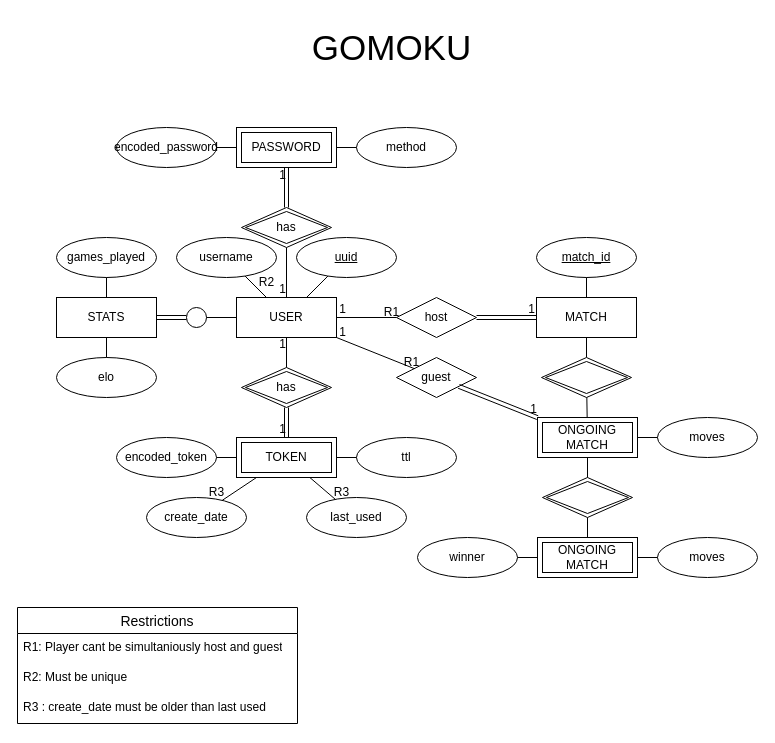
Earlier version of the draw.io diagram docs/EA_MODEL/EA_Model.drawio (ISEL-STRESSES/Gomoku-Web). Source tidied: cells renumbered, new cells numbered last; positions are measured from the earlier drawing's top-left corner, leaving out a move shared by most shapes. Both pictures are drawn from the tidied source at 100%, with x=0, y=0 at pixel (17, 17).
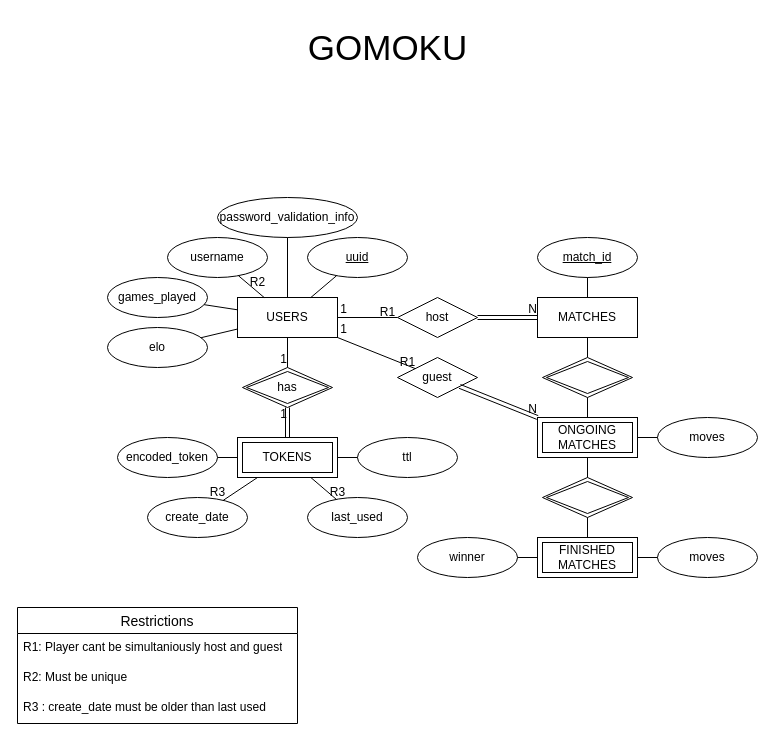
After the change.

Commit message (it also covers changes not shown here):
sql model

Change to the diagram source:
```diff
@@
     <mxCell id="6" value="GOMOKU" style="text;html=1;align=center;verticalAlign=middle;strokeColor=none;fillColor=none;fontSize=35;" parent="1" vertex="1">
-      <mxGeometry x="284" width="180" height="60" as="geometry" />
+      <mxGeometry x="280" width="180" height="60" as="geometry" />
     </mxCell>
-    <mxCell id="7" style="group;" parent="1" vertex="1">
-      <mxGeometry x="39" y="110" width="701" height="450" as="geometry" />
-    </mxCell>
-    <mxCell id="8" value="USER" style="whiteSpace=wrap;html=1;align=center;" parent="7" vertex="1">
-      <mxGeometry x="180" y="170" width="100" height="40" as="geometry" />
+    <mxCell id="8" value="USERS" style="whiteSpace=wrap;html=1;align=center;" parent="1" vertex="1">
+      <mxGeometry x="220" y="280" width="100" height="40" as="geometry" />
     </mxCell>
-    <mxCell id="9" value="username" style="ellipse;whiteSpace=wrap;html=1;align=center;" parent="7" vertex="1">
-      <mxGeometry x="120" y="110" width="100" height="40" as="geometry" />
+    <mxCell id="9" value="username" style="ellipse;whiteSpace=wrap;html=1;align=center;" parent="1" vertex="1">
+      <mxGeometry x="150" y="220" width="100" height="40" as="geometry" />
     </mxCell>
-    <mxCell id="10" value="uuid" style="ellipse;whiteSpace=wrap;html=1;align=center;fontStyle=4;" parent="7" vertex="1">
-      <mxGeometry x="240" y="110" width="100" height="40" as="geometry" />
+    <mxCell id="10" value="uuid" style="ellipse;whiteSpace=wrap;html=1;align=center;fontStyle=4;" parent="1" vertex="1">
+      <mxGeometry x="290" y="220" width="100" height="40" as="geometry" />
     </mxCell>
-    <mxCell id="11" value="MATCH" style="whiteSpace=wrap;html=1;align=center;" parent="7" vertex="1">
-      <mxGeometry x="480" y="170" width="100" height="40" as="geometry" />
+    <mxCell id="11" value="MATCHES" style="whiteSpace=wrap;html=1;align=center;" parent="1" vertex="1">
+      <mxGeometry x="520" y="280" width="100" height="40" as="geometry" />
     </mxCell>
-    <mxCell id="12" value="moves" style="ellipse;whiteSpace=wrap;html=1;align=center;" parent="7" vertex="1">
-      <mxGeometry x="601" y="290" width="100" height="40" as="geometry" />
+    <mxCell id="12" value="moves" style="ellipse;whiteSpace=wrap;html=1;align=center;" parent="1" vertex="1">
+      <mxGeometry x="640" y="400" width="100" height="40" as="geometry" />
     </mxCell>
-    <mxCell id="13" value="match_id" style="ellipse;whiteSpace=wrap;html=1;align=center;fontStyle=4;" parent="7" vertex="1">
-      <mxGeometry x="480" y="110" width="100" height="40" as="geometry" />
+    <mxCell id="13" value="match_id" style="ellipse;whiteSpace=wrap;html=1;align=center;fontStyle=4;" parent="1" vertex="1">
+      <mxGeometry x="520" y="220" width="100" height="40" as="geometry" />
     </mxCell>
-    <mxCell id="14" style="endArrow=none;html=1;rounded=0;" parent="7" edge="1" source="13" target="11">
+    <mxCell id="14" style="endArrow=none;html=1;rounded=0;" parent="1" edge="1" source="13" target="11">
       <mxGeometry relative="1" as="geometry" />
     </mxCell>
-    <mxCell id="15" style="endArrow=none;html=1;rounded=0;" parent="7" edge="1" source="74" target="12">
+    <mxCell id="15" style="endArrow=none;html=1;rounded=0;" parent="1" edge="1" source="74" target="12">
       <mxGeometry relative="1" as="geometry" />
     </mxCell>
-    <mxCell id="16" style="endArrow=none;html=1;rounded=0;" parent="7" edge="1" source="10" target="8">
+    <mxCell id="16" style="endArrow=none;html=1;rounded=0;" parent="1" edge="1" source="10" target="8">
       <mxGeometry relative="1" as="geometry" />
     </mxCell>
-    <mxCell id="17" style="endArrow=none;html=1;rounded=0;" parent="7" edge="1" source="9" target="8">
+    <mxCell id="17" style="endArrow=none;html=1;rounded=0;" parent="1" edge="1" source="9" target="8">
       <mxGeometry relative="1" as="geometry" />
     </mxCell>
-    <mxCell id="18" value="elo" style="ellipse;whiteSpace=wrap;html=1;align=center;" parent="7" vertex="1">
-      <mxGeometry y="230" width="100" height="40" as="geometry" />
+    <mxCell id="18" value="elo" style="ellipse;whiteSpace=wrap;html=1;align=center;" parent="1" vertex="1">
+      <mxGeometry x="90" y="310" width="100" height="40" as="geometry" />
     </mxCell>
-    <mxCell id="19" style="endArrow=none;html=1;rounded=0;" parent="7" edge="1" source="18" target="29">
-      <mxGeometry relative="1" as="geometry" />
-    </mxCell>
-    <mxCell id="20" value="encoded_password" style="ellipse;whiteSpace=wrap;html=1;align=center;" parent="7" vertex="1">
-      <mxGeometry x="60" width="100" height="40" as="geometry" />
+    <mxCell id="20" value="password_validation_info" style="ellipse;whiteSpace=wrap;html=1;align=center;" parent="1" vertex="1">
+      <mxGeometry x="200" y="180" width="140" height="40" as="geometry" />
     </mxCell>
-    <mxCell id="21" value="encoded_token" style="ellipse;whiteSpace=wrap;html=1;align=center;" parent="7" vertex="1">
-      <mxGeometry x="60" y="310" width="100" height="40" as="geometry" />
+    <mxCell id="21" value="encoded_token" style="ellipse;whiteSpace=wrap;html=1;align=center;" parent="1" vertex="1">
+      <mxGeometry x="100" y="420" width="100" height="40" as="geometry" />
     </mxCell>
-    <mxCell id="22" style="endArrow=none;html=1;rounded=0;" parent="7" edge="1" source="47" target="21">
+    <mxCell id="22" style="endArrow=none;html=1;rounded=0;" parent="1" edge="1" source="47" target="21">
       <mxGeometry relative="1" as="geometry" />
     </mxCell>
-    <mxCell id="23" value="host" style="shape=rhombus;perimeter=rhombusPerimeter;whiteSpace=wrap;html=1;align=center;" parent="7" vertex="1">
-      <mxGeometry x="340" y="170" width="80" height="40" as="geometry" />
+    <mxCell id="23" value="host" style="shape=rhombus;perimeter=rhombusPerimeter;whiteSpace=wrap;html=1;align=center;" parent="1" vertex="1">
+      <mxGeometry x="380" y="280" width="80" height="40" as="geometry" />
     </mxCell>
-    <mxCell id="24" value="guest" style="shape=rhombus;perimeter=rhombusPerimeter;whiteSpace=wrap;html=1;align=center;" parent="7" vertex="1">
-      <mxGeometry x="340" y="230" width="80" height="40" as="geometry" />
+    <mxCell id="24" value="guest" style="shape=rhombus;perimeter=rhombusPerimeter;whiteSpace=wrap;html=1;align=center;" parent="1" vertex="1">
+      <mxGeometry x="380" y="340" width="80" height="40" as="geometry" />
     </mxCell>
-    <mxCell id="25" style="shape=link;html=1;rounded=0;" parent="7" edge="1" source="11" target="23">
-      <mxGeometry relative="1" as="geometry" />
-    </mxCell>
-    <mxCell id="26" value="1" style="html=1;whiteSpace=wrap;align=right;verticalAlign=bottom;" parent="25" vertex="1">
-      <mxGeometry x="1" relative="1" as="geometry">
-        <mxPoint x="60" as="offset" />
-      </mxGeometry>
-    </mxCell>
-    <mxCell id="27" value="R1" style="text;html=1;align=center;verticalAlign=middle;strokeColor=none;fillColor=none;" parent="7" vertex="1">
-      <mxGeometry x="315" y="170" width="40" height="30" as="geometry" />
+    <mxCell id="27" value="R1" style="text;html=1;align=center;verticalAlign=middle;strokeColor=none;fillColor=none;" parent="1" vertex="1">
+      <mxGeometry x="350" y="280" width="40" height="30" as="geometry" />
     </mxCell>
-    <mxCell id="28" value="R1" style="text;html=1;align=center;verticalAlign=middle;strokeColor=none;fillColor=none;" parent="7" vertex="1">
-      <mxGeometry x="335" y="220" width="40" height="30" as="geometry" />
+    <mxCell id="28" value="R1" style="text;html=1;align=center;verticalAlign=middle;strokeColor=none;fillColor=none;" parent="1" vertex="1">
+      <mxGeometry x="370" y="330" width="40" height="30" as="geometry" />
     </mxCell>
-    <mxCell id="29" value="STATS" style="whiteSpace=wrap;html=1;align=center;" parent="7" vertex="1">
-      <mxGeometry y="170" width="100" height="40" as="geometry" />
-    </mxCell>
-    <mxCell id="30" value="winner" style="ellipse;whiteSpace=wrap;html=1;align=center;" parent="7" vertex="1">
-      <mxGeometry x="361" y="410" width="100" height="40" as="geometry" />
+    <mxCell id="30" value="winner" style="ellipse;whiteSpace=wrap;html=1;align=center;" parent="1" vertex="1">
+      <mxGeometry x="400" y="520" width="100" height="40" as="geometry" />
     </mxCell>
-    <mxCell id="31" style="endArrow=none;html=1;rounded=0;" parent="7" edge="1" source="76" target="30">
+    <mxCell id="31" style="endArrow=none;html=1;rounded=0;" parent="1" edge="1" source="76" target="30">
       <mxGeometry relative="1" as="geometry" />
     </mxCell>
-    <mxCell id="32" style="endArrow=none;html=1;rounded=0;" parent="7" edge="1" source="70" target="11">
+    <mxCell id="32" style="endArrow=none;html=1;rounded=0;" parent="1" edge="1" source="70" target="11">
       <mxGeometry relative="1" as="geometry" />
     </mxCell>
-    <mxCell id="33" value="games_played" style="ellipse;whiteSpace=wrap;html=1;align=center;" parent="7" vertex="1">
-      <mxGeometry y="110" width="100" height="40" as="geometry" />
+    <mxCell id="33" value="games_played" style="ellipse;whiteSpace=wrap;html=1;align=center;" parent="1" vertex="1">
+      <mxGeometry x="90" y="260" width="100" height="40" as="geometry" />
     </mxCell>
-    <mxCell id="34" style="endArrow=none;html=1;rounded=0;" parent="7" edge="1" source="29" target="33">
-      <mxGeometry relative="1" as="geometry" />
-    </mxCell>
-    <mxCell id="35" style="shape=link;html=1;rounded=0;" parent="7" edge="1" source="62" target="29">
-      <mxGeometry relative="1" as="geometry" />
-    </mxCell>
-    <mxCell id="36" value="R2" style="text;html=1;align=center;verticalAlign=middle;strokeColor=none;fillColor=none;" parent="7" vertex="1">
-      <mxGeometry x="190" y="140" width="40" height="30" as="geometry" />
+    <mxCell id="36" value="R2" style="text;html=1;align=center;verticalAlign=middle;strokeColor=none;fillColor=none;" parent="1" vertex="1">
+      <mxGeometry x="220" y="250" width="40" height="30" as="geometry" />
     </mxCell>
-    <mxCell id="37" value="create_date" style="ellipse;whiteSpace=wrap;html=1;align=center;" parent="7" vertex="1">
-      <mxGeometry x="90" y="370" width="100" height="40" as="geometry" />
+    <mxCell id="37" value="create_date" style="ellipse;whiteSpace=wrap;html=1;align=center;" parent="1" vertex="1">
+      <mxGeometry x="130" y="480" width="100" height="40" as="geometry" />
     </mxCell>
-    <mxCell id="38" value="last_used" style="ellipse;whiteSpace=wrap;html=1;align=center;" parent="7" vertex="1">
-      <mxGeometry x="250" y="370" width="100" height="40" as="geometry" />
+    <mxCell id="38" value="last_used" style="ellipse;whiteSpace=wrap;html=1;align=center;" parent="1" vertex="1">
+      <mxGeometry x="290" y="480" width="100" height="40" as="geometry" />
     </mxCell>
-    <mxCell id="39" style="endArrow=none;html=1;rounded=0;" parent="7" edge="1" source="47" target="38">
+    <mxCell id="39" style="endArrow=none;html=1;rounded=0;" parent="1" edge="1" source="47" target="38">
       <mxGeometry relative="1" as="geometry" />
     </mxCell>
-    <mxCell id="40" style="endArrow=none;html=1;rounded=0;" parent="7" edge="1" source="47" target="37">
+    <mxCell id="40" style="endArrow=none;html=1;rounded=0;" parent="1" edge="1" source="47" target="37">
       <mxGeometry relative="1" as="geometry" />
     </mxCell>
-    <mxCell id="41" value="R3" style="text;html=1;align=center;verticalAlign=middle;strokeColor=none;fillColor=none;" parent="7" vertex="1">
-      <mxGeometry x="140" y="350" width="40" height="30" as="geometry" />
+    <mxCell id="41" value="R3" style="text;html=1;align=center;verticalAlign=middle;strokeColor=none;fillColor=none;" parent="1" vertex="1">
+      <mxGeometry x="180" y="460" width="40" height="30" as="geometry" />
     </mxCell>
-    <mxCell id="42" value="R3" style="text;html=1;align=center;verticalAlign=middle;strokeColor=none;fillColor=none;" parent="7" vertex="1">
-      <mxGeometry x="265" y="350" width="40" height="30" as="geometry" />
+    <mxCell id="42" value="R3" style="text;html=1;align=center;verticalAlign=middle;strokeColor=none;fillColor=none;" parent="1" vertex="1">
+      <mxGeometry x="300" y="460" width="40" height="30" as="geometry" />
     </mxCell>
-    <mxCell id="43" value="ttl" style="ellipse;whiteSpace=wrap;html=1;align=center;" parent="7" vertex="1">
-      <mxGeometry x="300" y="310" width="100" height="40" as="geometry" />
+    <mxCell id="43" value="ttl" style="ellipse;whiteSpace=wrap;html=1;align=center;" parent="1" vertex="1">
+      <mxGeometry x="340" y="420" width="100" height="40" as="geometry" />
     </mxCell>
-    <mxCell id="44" style="endArrow=none;html=1;rounded=0;" parent="7" edge="1" source="47" target="43">
+    <mxCell id="44" style="endArrow=none;html=1;rounded=0;" parent="1" edge="1" source="47" target="43">
       <mxGeometry relative="1" as="geometry" />
     </mxCell>
-    <mxCell id="45" style="endArrow=none;html=1;rounded=0;" parent="7" edge="1" source="61" target="20">
+    <mxCell id="45" style="endArrow=none;html=1;rounded=0;" parent="1" edge="1" source="8" target="20">
       <mxGeometry relative="1" as="geometry" />
     </mxCell>
-    <mxCell id="46" value="has" style="shape=rhombus;double=1;perimeter=rhombusPerimeter;whiteSpace=wrap;html=1;align=center;" parent="7" vertex="1">
-      <mxGeometry x="185" y="240" width="90" height="40" as="geometry" />
+    <mxCell id="46" value="has" style="shape=rhombus;double=1;perimeter=rhombusPerimeter;whiteSpace=wrap;html=1;align=center;" parent="1" vertex="1">
+      <mxGeometry x="225" y="350" width="90" height="40" as="geometry" />
     </mxCell>
-    <mxCell id="47" value="TOKEN" style="shape=ext;margin=3;double=1;whiteSpace=wrap;html=1;align=center;" parent="7" vertex="1">
-      <mxGeometry x="180" y="310" width="100" height="40" as="geometry" />
+    <mxCell id="47" value="TOKENS" style="shape=ext;margin=3;double=1;whiteSpace=wrap;html=1;align=center;" parent="1" vertex="1">
+      <mxGeometry x="220" y="420" width="100" height="40" as="geometry" />
     </mxCell>
-    <mxCell id="48" value="method" style="ellipse;whiteSpace=wrap;html=1;align=center;" parent="7" vertex="1">
-      <mxGeometry x="300" width="100" height="40" as="geometry" />
-    </mxCell>
-    <mxCell id="49" style="endArrow=none;html=1;rounded=0;" parent="7" edge="1" source="48" target="61">
-      <mxGeometry relative="1" as="geometry" />
-    </mxCell>
-    <mxCell id="50" style="shape=link;html=1;rounded=0;" parent="7" edge="1" source="46" target="47">
+    <mxCell id="50" style="shape=link;html=1;rounded=0;" parent="1" edge="1" source="46" target="47">
       <mxGeometry relative="1" as="geometry" />
     </mxCell>
     <mxCell id="51" value="1" style="html=1;align=right;verticalAlign=bottom;" parent="50" vertex="1">
-      <mxGeometry x="1" relative="1" as="geometry" />
+      <mxGeometry relative="1" as="geometry" />
     </mxCell>
-    <mxCell id="52" style="endArrow=none;html=1;rounded=0;" parent="7" edge="1" source="46" target="8">
+    <mxCell id="52" style="endArrow=none;html=1;rounded=0;" parent="1" edge="1" source="46" target="8">
       <mxGeometry relative="1" as="geometry" />
     </mxCell>
     <mxCell id="53" value="1" style="html=1;align=right;verticalAlign=bottom;" parent="52" vertex="1">
-      <mxGeometry x="1" relative="1" as="geometry">
+      <mxGeometry relative="1" as="geometry">
         <mxPoint y="15" as="offset" />
       </mxGeometry>
     </mxCell>
-    <mxCell id="54" style="shape=link;html=1;rounded=0;" parent="7" edge="1" source="24" target="74">
-      <mxGeometry relative="1" as="geometry" />
-    </mxCell>
-    <mxCell id="55" value="1" style="html=1;align=right;verticalAlign=bottom;" parent="54" vertex="1">
-      <mxGeometry x="1" relative="1" as="geometry" />
-    </mxCell>
-    <mxCell id="56" style="endArrow=none;html=1;rounded=0;" parent="7" edge="1" source="23" target="8">
+    <mxCell id="56" style="endArrow=none;html=1;rounded=0;" parent="1" edge="1" source="23" target="8">
       <mxGeometry relative="1" as="geometry" />
     </mxCell>
     <mxCell id="57" value="1" style="html=1;align=right;verticalAlign=bottom;" parent="56" vertex="1">
-      <mxGeometry x="1" relative="1" as="geometry">
-        <mxPoint x="10" as="offset" />
+      <mxGeometry relative="1" as="geometry">
+        <mxPoint x="-20" as="offset" />
       </mxGeometry>
     </mxCell>
-    <mxCell id="58" style="endArrow=none;html=1;rounded=0;" parent="7" edge="1" source="24" target="8">
+    <mxCell id="58" style="endArrow=none;html=1;rounded=0;" parent="1" edge="1" source="24" target="8">
       <mxGeometry relative="1" as="geometry" />
     </mxCell>
     <mxCell id="59" value="1" style="html=1;align=right;verticalAlign=bottom;" parent="58" vertex="1">
-      <mxGeometry x="1" relative="1" as="geometry">
-        <mxPoint x="10" y="3" as="offset" />
+      <mxGeometry relative="1" as="geometry">
+        <mxPoint x="-29" y="-16" as="offset" />
       </mxGeometry>
     </mxCell>
-    <mxCell id="60" value="has" style="shape=rhombus;double=1;perimeter=rhombusPerimeter;whiteSpace=wrap;html=1;align=center;" parent="7" vertex="1">
-      <mxGeometry x="185" y="80" width="90" height="40" as="geometry" />
-    </mxCell>
-    <mxCell id="61" value="PASSWORD" style="shape=ext;margin=3;double=1;whiteSpace=wrap;html=1;align=center;" parent="7" vertex="1">
-      <mxGeometry x="180" width="100" height="40" as="geometry" />
-    </mxCell>
-    <mxCell id="62" style="ellipse;whiteSpace=wrap;html=1;" parent="7" vertex="1">
-      <mxGeometry x="130" y="180" width="20" height="20" as="geometry" />
-    </mxCell>
-    <mxCell id="63" style="endArrow=none;html=1;rounded=0;" parent="7" edge="1" source="62" target="8">
-      <mxGeometry relative="1" as="geometry" />
-    </mxCell>
-    <mxCell id="64" style="shape=link;html=1;rounded=0;" parent="7" edge="1" source="60" target="61">
-      <mxGeometry relative="1" as="geometry" />
-    </mxCell>
-    <mxCell id="65" value="1" style="html=1;align=right;verticalAlign=bottom;" parent="64" vertex="1">
-      <mxGeometry x="1" relative="1" as="geometry">
-        <mxPoint y="16" as="offset" />
-      </mxGeometry>
-    </mxCell>
-    <mxCell id="66" style="endArrow=none;html=1;rounded=0;" parent="7" edge="1" source="60" target="8">
-      <mxGeometry relative="1" as="geometry" />
-    </mxCell>
-    <mxCell id="67" value="1" style="html=1;align=right;verticalAlign=bottom;" parent="66" vertex="1">
-      <mxGeometry x="1" relative="1" as="geometry" />
-    </mxCell>
-    <mxCell id="68" value="moves" style="ellipse;whiteSpace=wrap;html=1;align=center;" parent="7" vertex="1">
-      <mxGeometry x="601" y="410" width="100" height="40" as="geometry" />
+    <mxCell id="68" value="moves" style="ellipse;whiteSpace=wrap;html=1;align=center;" parent="1" vertex="1">
+      <mxGeometry x="640" y="520" width="100" height="40" as="geometry" />
     </mxCell>
-    <mxCell id="69" style="endArrow=none;html=1;rounded=0;" parent="7" edge="1" source="76" target="68">
+    <mxCell id="69" style="endArrow=none;html=1;rounded=0;" parent="1" edge="1" source="76" target="68">
       <mxGeometry relative="1" as="geometry" />
     </mxCell>
-    <mxCell id="70" style="shape=rhombus;double=1;perimeter=rhombusPerimeter;whiteSpace=wrap;html=1;align=center;" parent="7" vertex="1">
-      <mxGeometry x="485" y="230" width="90" height="40" as="geometry" />
+    <mxCell id="70" style="shape=rhombus;double=1;perimeter=rhombusPerimeter;whiteSpace=wrap;html=1;align=center;" parent="1" vertex="1">
+      <mxGeometry x="525" y="340" width="90" height="40" as="geometry" />
     </mxCell>
-    <mxCell id="71" style="endArrow=none;html=1;rounded=0;" parent="7" edge="1" source="74" target="70">
+    <mxCell id="71" style="endArrow=none;html=1;rounded=0;" parent="1" edge="1" source="74" target="70">
       <mxGeometry relative="1" as="geometry" />
     </mxCell>
-    <mxCell id="72" style="shape=rhombus;double=1;perimeter=rhombusPerimeter;whiteSpace=wrap;html=1;align=center;" parent="7" vertex="1">
-      <mxGeometry x="486" y="350" width="90" height="40" as="geometry" />
+    <mxCell id="72" style="shape=rhombus;double=1;perimeter=rhombusPerimeter;whiteSpace=wrap;html=1;align=center;" parent="1" vertex="1">
+      <mxGeometry x="525" y="460" width="90" height="40" as="geometry" />
     </mxCell>
-    <mxCell id="73" style="endArrow=none;html=1;rounded=0;" parent="7" edge="1" source="76" target="72">
+    <mxCell id="73" style="endArrow=none;html=1;rounded=0;" parent="1" edge="1" source="76" target="72">
       <mxGeometry relative="1" as="geometry" />
     </mxCell>
-    <mxCell id="74" value="ONGOING MATCH" style="shape=ext;margin=3;double=1;whiteSpace=wrap;html=1;align=center;" parent="7" vertex="1">
-      <mxGeometry x="481" y="290" width="100" height="40" as="geometry" />
+    <mxCell id="74" value="ONGOING MATCHES" style="shape=ext;margin=3;double=1;whiteSpace=wrap;html=1;align=center;" parent="1" vertex="1">
+      <mxGeometry x="520" y="400" width="100" height="40" as="geometry" />
     </mxCell>
-    <mxCell id="75" style="endArrow=none;html=1;rounded=0;" parent="7" edge="1" source="72" target="74">
+    <mxCell id="75" style="endArrow=none;html=1;rounded=0;" parent="1" edge="1" source="72" target="74">
       <mxGeometry relative="1" as="geometry" />
     </mxCell>
-    <mxCell id="76" value="ONGOING MATCH" style="shape=ext;margin=3;double=1;whiteSpace=wrap;html=1;align=center;" parent="7" vertex="1">
-      <mxGeometry x="481" y="410" width="100" height="40" as="geometry" />
+    <mxCell id="76" value="FINISHED MATCHES" style="shape=ext;margin=3;double=1;whiteSpace=wrap;html=1;align=center;" parent="1" vertex="1">
+      <mxGeometry x="520" y="520" width="100" height="40" as="geometry" />
     </mxCell>
+    <mxCell id="7" style="endArrow=none;html=1;rounded=0;" parent="1" edge="1" source="8" target="33">
+      <mxGeometry relative="1" as="geometry" />
+    </mxCell>
+    <mxCell id="77" style="endArrow=none;html=1;rounded=0;" parent="1" edge="1" source="18" target="8">
+      <mxGeometry relative="1" as="geometry" />
+    </mxCell>
+    <mxCell id="78" style="shape=link;html=1;rounded=0;" parent="1" edge="1" source="23" target="11">
+      <mxGeometry relative="1" as="geometry" />
+    </mxCell>
+    <mxCell id="79" value="N" style="html=1;align=right;verticalAlign=bottom;" parent="78" vertex="1">
+      <mxGeometry x="1" relative="1" as="geometry" />
+    </mxCell>
+    <mxCell id="54" style="shape=link;html=1;rounded=0;" parent="1" edge="1" source="24" target="74">
+      <mxGeometry relative="1" as="geometry" />
+    </mxCell>
+    <mxCell id="80" value="N" style="html=1;align=right;verticalAlign=bottom;" parent="54" vertex="1">
+      <mxGeometry x="1" relative="1" as="geometry" />
+    </mxCell>
```
